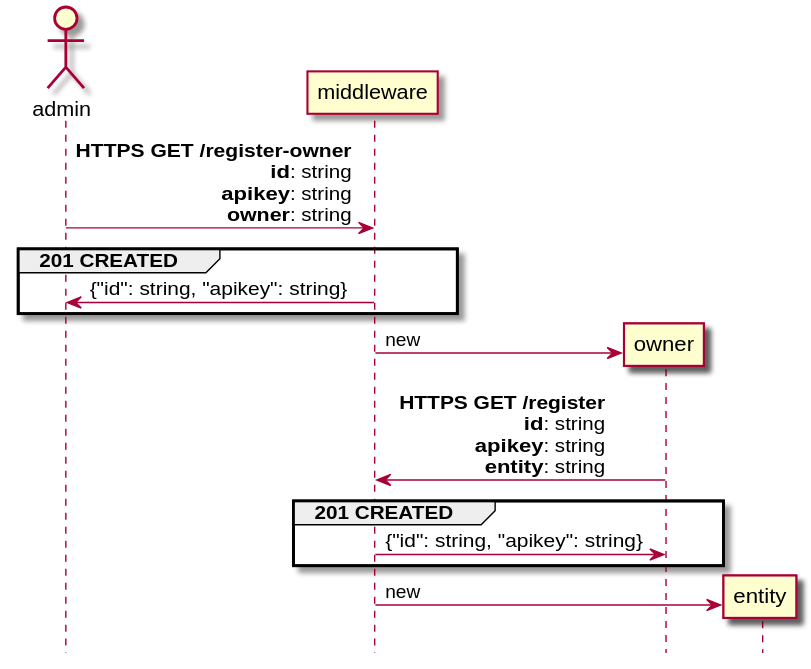
This is DOCS/register.svg from rbccps-iisc/corinthian, a PlantUML export, as it was before one commit.
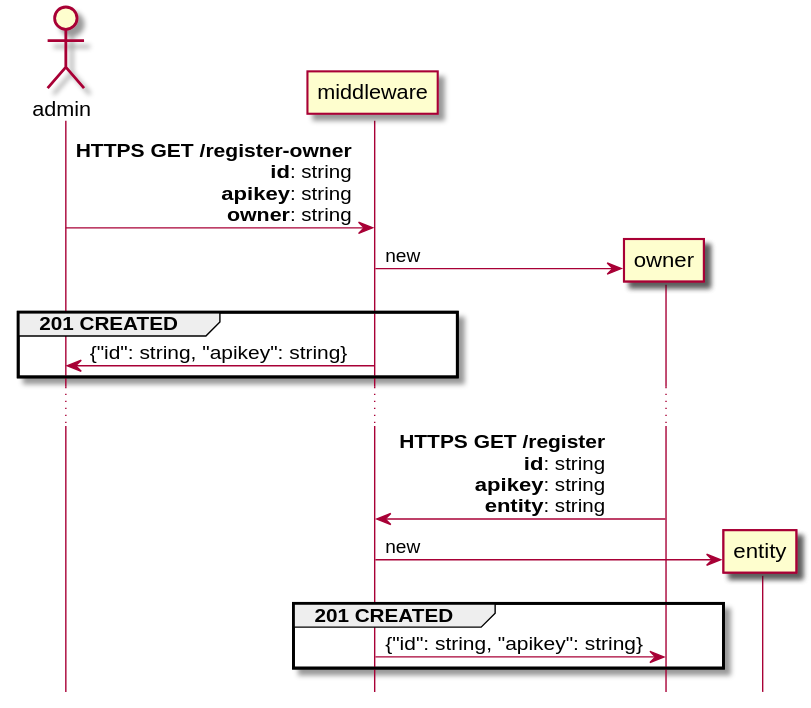
The same file after the commit.

The edit, as a diff of the source:
```diff
@@ -4,18 +4,22 @@
 
 admin -> middleware: **HTTPS GET /register-owner**\r**id**: string\r**apikey**: string\r**owner**: string
 
+create owner
+middleware -> owner : new
+
 group 201 CREATED
 middleware -> admin: {"id": string, "apikey": string}
 end
 
-create owner
-middleware -> owner : new
+...
+
 
 owner -> middleware: **HTTPS GET /register**\r**id**: string\r**apikey**: string\r**entity**: string
+
+create entity
+middleware -> entity : new
+
 group 201 CREATED
 middleware -> owner: {"id": string, "apikey": string}
 end
-
-create entity
-middleware -> entity : new
 @enduml
```
